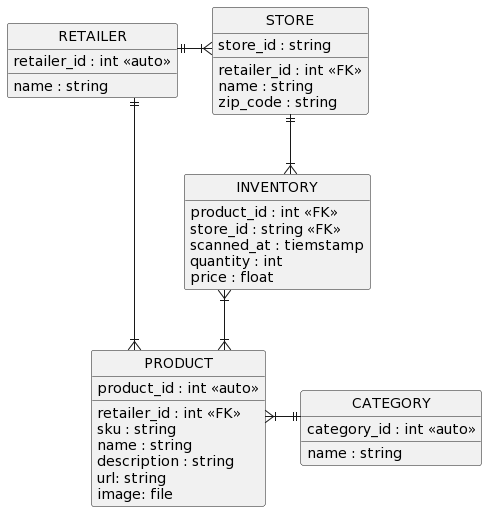
This is out/docs/plantuml/rdbms-physical-data-model.png from loudinb/tcr-matl-pa, a PlantUML export, as it was before one commit.
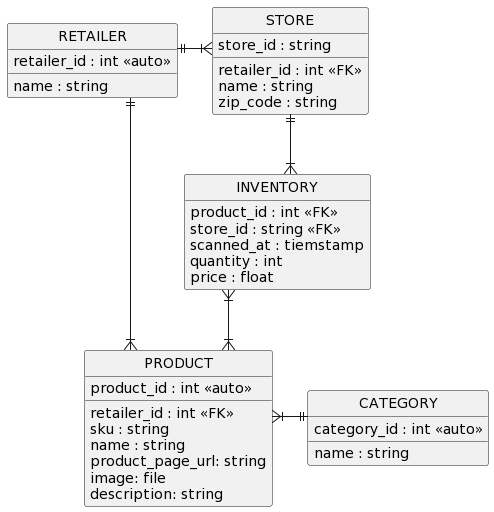
Later version of the same file.

What changed in the source:
```diff
@@ -20,9 +20,9 @@
     retailer_id : int <<FK>>
     sku : string
     name : string
-    description : string
-    url: string
+    product_page_url: string
     image: file
+    description: string
 }
 entity CATEGORY {
     category_id : int <<auto>>
```
